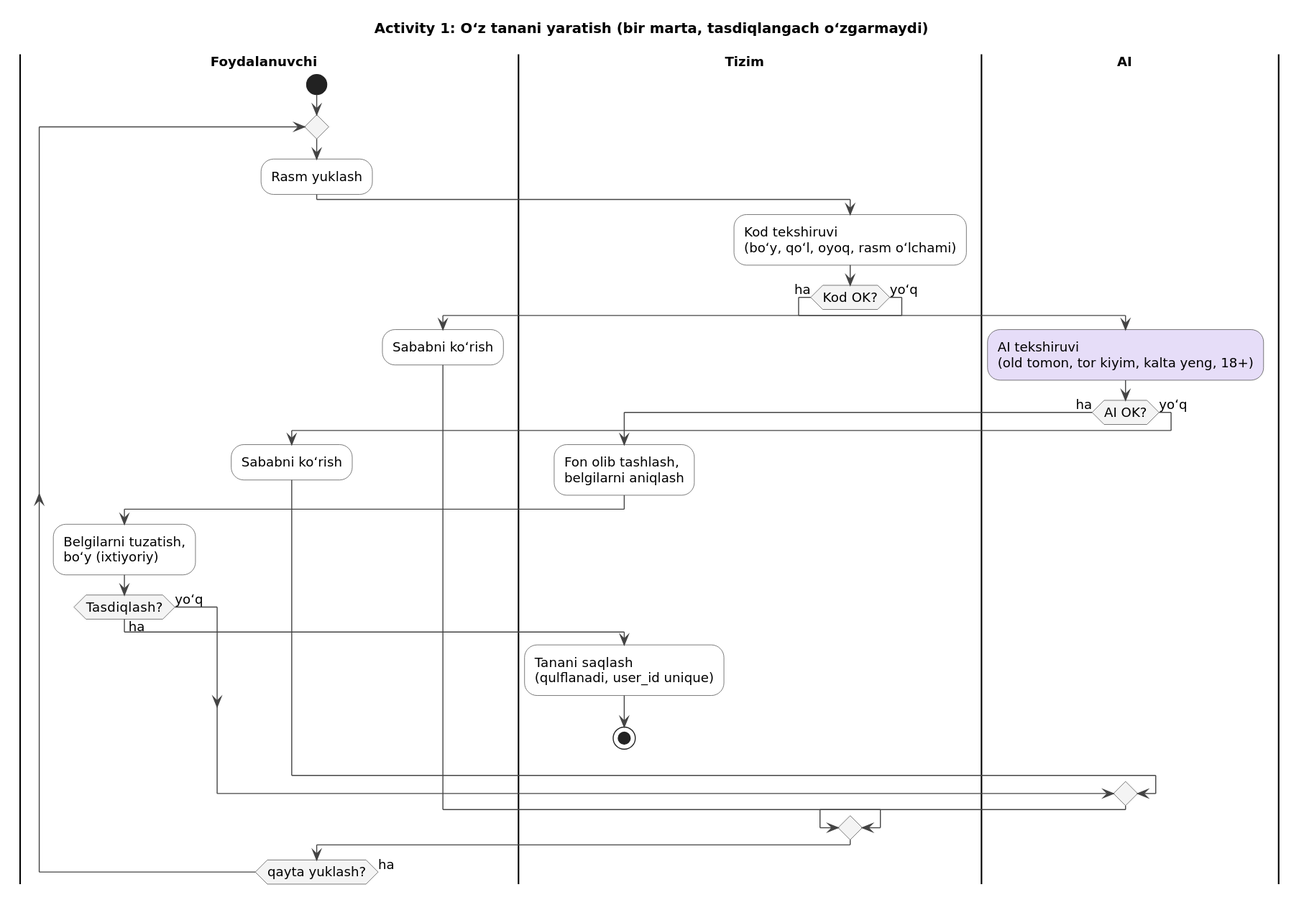
This is docs/diagrams/activity-1-body-creation.svg from Zarnigor/Virtual-Try-On, a PlantUML export, as it was before one commit. Source of this version:
```plantuml
@startuml
!include _style.puml
title Activity 1: Oʻz tanani yaratish (bir marta, tasdiqlangach oʻzgarmaydi)

|Foydalanuvchi|
start
repeat
  :Rasm yuklash;
  |Tizim|
  :Kod tekshiruvi\n(boʻy, qoʻl, oyoq, rasm oʻlchami);
  if (Kod OK?) then (ha)
    |AI|
    :AI tekshiruvi\n(old tomon, tor kiyim, kalta yeng, 18+); <<#E6DDF8>>
    if (AI OK?) then (ha)
      |Tizim|
      :Fon olib tashlash,\nbelgilarni aniqlash;
      |Foydalanuvchi|
      :Belgilarni tuzatish,\nboʻy (ixtiyoriy);
      if (Tasdiqlash?) then (ha)
        |Tizim|
        :Tanani saqlash\n(qulflanadi, user_id unique);
        stop
      else (yoʻq)
      endif
    else (yoʻq)
      |Foydalanuvchi|
      :Sababni koʻrish;
    endif
  else (yoʻq)
    |Foydalanuvchi|
    :Sababni koʻrish;
  endif
repeat while (qayta yuklash?) is (ha)
@enduml
```
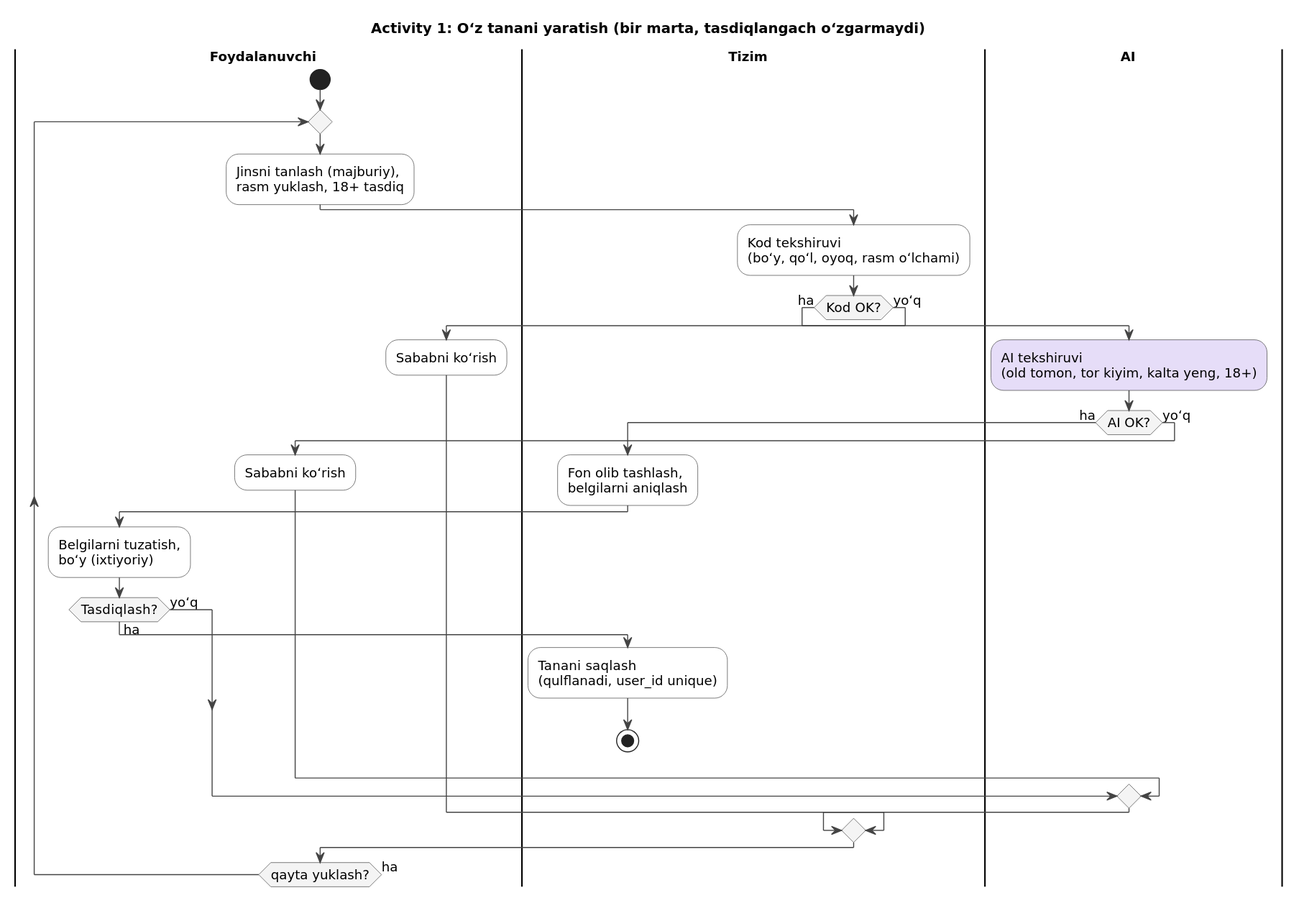
The same diagram one commit later.

What changed in the source:
```diff
@@ -5,12 +5,12 @@
 |Foydalanuvchi|
 start
 repeat
-  :Rasm yuklash;
+  :Jinsni tanlash (majburiy),\nrasm yuklash, 18+ tasdiq;
   |Tizim|
   :Kod tekshiruvi\n(boʻy, qoʻl, oyoq, rasm oʻlchami);
   if (Kod OK?) then (ha)
     |AI|
-    :AI tekshiruvi\n(old tomon, tor kiyim, kalta yeng, 18+); <<#E6DDF8>>
+    #E6DDF8:AI tekshiruvi\n(old tomon, tor kiyim, kalta yeng, 18+);
     if (AI OK?) then (ha)
       |Tizim|
       :Fon olib tashlash,\nbelgilarni aniqlash;
```
